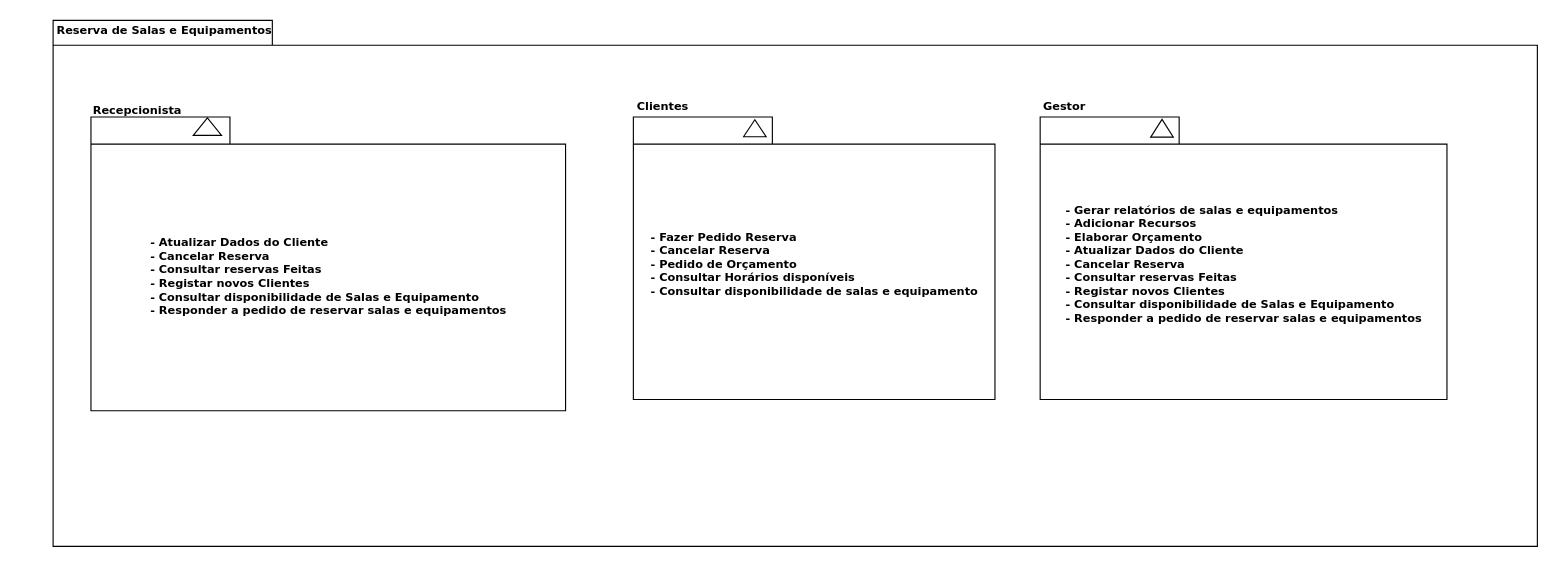
ic3K1ng/Rooms-Equipments keeps this draw.io diagram as page "Diagrama de Pacote" (1 of 2) of Diagrama de Pacote.drawio. Above is the earlier version. Source tidied: cells renumbered, new cells numbered last; positions are measured from the earlier drawing's top-left corner, leaving out a move shared by most shapes. Both pictures are drawn from the tidied source at 113%, with x=0, y=0 at pixel (19, 19).
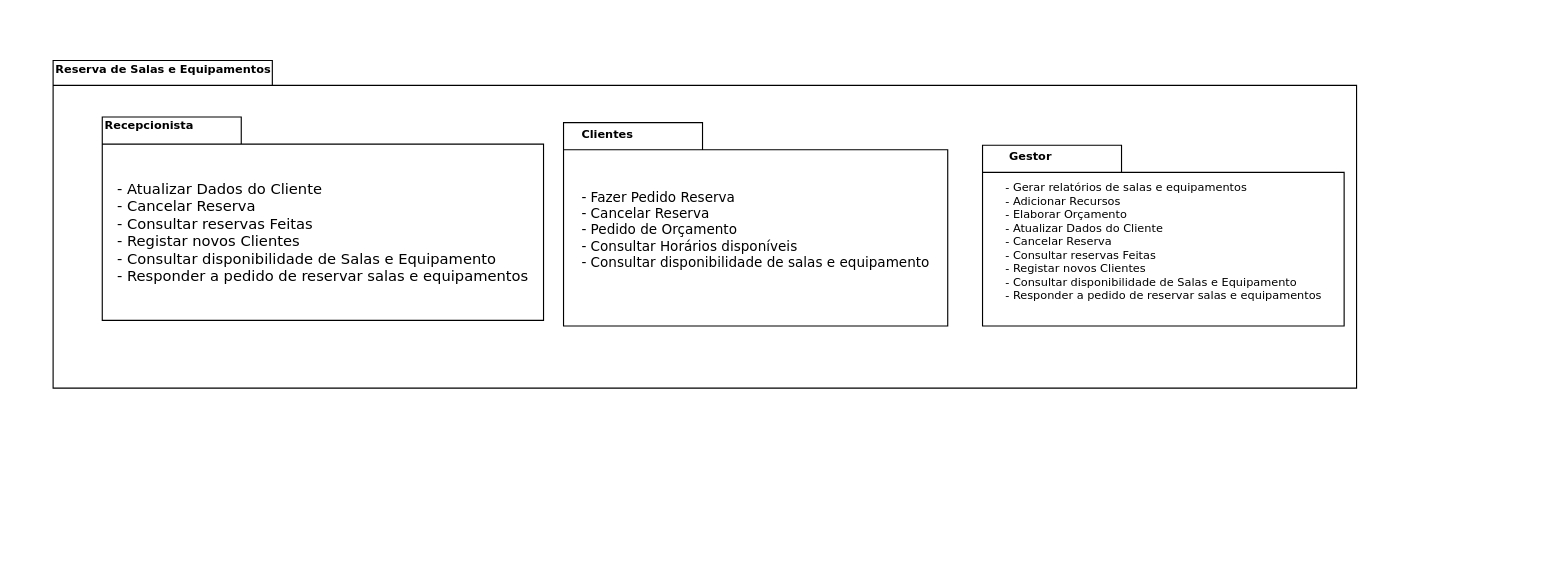
Above is the later version.

Commit message:
Update package diagram

What changed in the source:
```diff
@@
 <mxGraphModel>
   <root>
     <mxCell id="0" />
     <mxCell id="1" parent="0" />
     <mxCell id="2" style="shape=folder;fontStyle=1;spacingTop=10;tabWidth=194;tabHeight=22;tabPosition=left;html=1;rounded=0;shadow=0;comic=0;labelBackgroundColor=none;strokeWidth=1;fillColor=none;fontFamily=Verdana;fontSize=10;align=center;" parent="1" vertex="1">
-      <mxGeometry x="29.5" y="0.5" width="1313.5" height="465.5" as="geometry" />
+      <mxGeometry x="29.5" y="36" width="1153.5" height="290" as="geometry" />
     </mxCell>
-    <mxCell id="3" style="group;" parent="1" vertex="1">
-      <mxGeometry x="63" y="86" width="420" height="260" as="geometry" />
+    <mxCell id="3" style="group;fontSize=16;" parent="1" vertex="1">
+      <mxGeometry x="73" y="66" width="400" height="224.6" as="geometry" />
     </mxCell>
-    <mxCell id="4" value="&lt;div style=&quot;text-align: justify;&quot;&gt;&lt;br&gt;&lt;/div&gt;&lt;div style=&quot;text-align: justify;&quot;&gt;- Atualizar Dados do Cliente&lt;/div&gt;&lt;div&gt;&lt;div style=&quot;text-align: justify;&quot;&gt;- Cancelar Reserva&lt;/div&gt;&lt;div style=&quot;text-align: justify;&quot;&gt;- Consultar reservas Feitas&lt;/div&gt;&lt;div style=&quot;text-align: justify;&quot;&gt;- Registar novos Clientes&lt;/div&gt;&lt;div style=&quot;text-align: justify;&quot;&gt;- Consultar disponibilidade de Salas e Equipamento&lt;/div&gt;&lt;/div&gt;&lt;div style=&quot;text-align: justify;&quot;&gt;- Responder a pedido de reservar salas e equipamentos&lt;/div&gt;" style="shape=folder;fontStyle=1;spacingTop=10;tabWidth=123;tabHeight=24;tabPosition=left;html=1;rounded=0;shadow=0;comic=0;labelBackgroundColor=none;strokeWidth=1;fontFamily=Verdana;fontSize=10;align=center;" parent="3" vertex="1">
-      <mxGeometry width="420" height="260" as="geometry" />
+    <mxCell id="4" value="&lt;div style=&quot;text-align: justify;&quot;&gt;&lt;font style=&quot;font-weight: normal; font-size: 13px;&quot;&gt;&lt;br&gt;&lt;/font&gt;&lt;/div&gt;&lt;div style=&quot;text-align: justify;&quot;&gt;&lt;font style=&quot;font-weight: normal; font-size: 13px;&quot;&gt;- Atualizar Dados do Cliente&lt;/font&gt;&lt;/div&gt;&lt;div&gt;&lt;div style=&quot;text-align: justify;&quot;&gt;&lt;font style=&quot;font-weight: normal; font-size: 13px;&quot;&gt;- Cancelar Reserva&lt;/font&gt;&lt;/div&gt;&lt;div style=&quot;text-align: justify;&quot;&gt;&lt;font style=&quot;font-weight: normal; font-size: 13px;&quot;&gt;- Consultar reservas Feitas&lt;/font&gt;&lt;/div&gt;&lt;div style=&quot;text-align: justify;&quot;&gt;&lt;font style=&quot;font-weight: normal; font-size: 13px;&quot;&gt;- Registar novos Clientes&lt;/font&gt;&lt;/div&gt;&lt;div style=&quot;text-align: justify;&quot;&gt;&lt;font style=&quot;font-weight: normal; font-size: 13px;&quot;&gt;- Consultar disponibilidade de Salas e Equipamento&lt;/font&gt;&lt;/div&gt;&lt;/div&gt;&lt;div style=&quot;text-align: justify;&quot;&gt;&lt;font style=&quot;font-weight: normal; font-size: 13px;&quot;&gt;- Responder a pedido de reservar salas e equipamentos&lt;/font&gt;&lt;/div&gt;" style="shape=folder;fontStyle=1;spacingTop=10;tabWidth=123;tabHeight=24;tabPosition=left;html=1;rounded=0;shadow=0;comic=0;labelBackgroundColor=none;strokeWidth=1;fontFamily=Verdana;fontSize=10;align=center;" parent="3" vertex="1">
+      <mxGeometry y="20" width="390.5" height="180" as="geometry" />
     </mxCell>
-    <mxCell id="5" style="triangle;whiteSpace=wrap;html=1;rounded=0;shadow=0;comic=0;labelBackgroundColor=none;strokeWidth=1;fontFamily=Verdana;fontSize=10;align=center;rotation=-90;" parent="3" vertex="1">
-      <mxGeometry x="95.3" y="-4" width="15.5" height="25" as="geometry" />
-    </mxCell>
-    <mxCell id="6" style="group;" parent="1" vertex="1">
-      <mxGeometry x="583" y="166" width="280" height="170" as="geometry" />
-    </mxCell>
+    <mxCell id="11" value="&lt;span style=&quot;font-family: Verdana; font-size: 10px; font-weight: 700; text-wrap: nowrap;&quot;&gt;&amp;nbsp;Recepcionista&amp;nbsp; &amp;nbsp; &amp;nbsp; &amp;nbsp;&amp;nbsp;&lt;/span&gt;" style="text;html=1;align=center;verticalAlign=middle;whiteSpace=wrap;rounded=0;" parent="3" vertex="1">
+      <mxGeometry y="10" width="107.6" height="33.9" as="geometry" />
+    </mxCell>
+    <mxCell id="8" value="&lt;b&gt;Reserva de Salas e Equipamentos&lt;/b&gt;" style="text;html=1;align=left;verticalAlign=top;spacingTop=-4;fontSize=10;fontFamily=Verdana;" parent="1" vertex="1">
+      <mxGeometry x="29.5" y="36" width="130" height="20" as="geometry" />
+    </mxCell>
+    <mxCell id="12" value="&lt;div style=&quot;text-align: justify;&quot;&gt;&lt;div&gt;&lt;span style=&quot;background-color: transparent; color: light-dark(rgb(0, 0, 0), rgb(255, 255, 255));&quot;&gt;- Gerar relatórios de salas e equipamentos&lt;/span&gt;&lt;/div&gt;&lt;div&gt;- Adicionar Recursos&lt;/div&gt;&lt;div&gt;- Elaborar Orçamento&lt;/div&gt;&lt;div&gt;- Atualizar Dados do Cliente&lt;/div&gt;&lt;div style=&quot;text-align: center;&quot;&gt;&lt;div style=&quot;text-align: justify;&quot;&gt;- Cancelar Reserva&lt;/div&gt;&lt;div style=&quot;text-align: justify;&quot;&gt;- Consultar reservas Feitas&lt;/div&gt;&lt;div style=&quot;text-align: justify;&quot;&gt;- Registar novos Clientes&lt;/div&gt;&lt;div style=&quot;text-align: justify;&quot;&gt;- Consultar disponibilidade de Salas e Equipamento&lt;/div&gt;&lt;/div&gt;&lt;div&gt;- Responder a pedido de reservar salas e equipamentos&lt;/div&gt;&lt;/div&gt;" style="shape=folder;fontStyle=0;spacingTop=10;tabWidth=123;tabHeight=24;tabPosition=left;html=1;rounded=0;shadow=0;comic=0;labelBackgroundColor=none;strokeWidth=1;fontFamily=Verdana;fontSize=10;align=center;" parent="1" vertex="1">
+      <mxGeometry x="852" y="111" width="320" height="160" as="geometry" />
+    </mxCell>
-    <mxCell id="7" value="&lt;div style=&quot;text-align: justify;&quot;&gt;&lt;span style=&quot;background-color: transparent; color: light-dark(rgb(0, 0, 0), rgb(255, 255, 255));&quot;&gt;- Fazer Pedido Reserva&lt;/span&gt;&lt;/div&gt;&lt;div style=&quot;text-align: justify;&quot;&gt;&lt;span style=&quot;background-color: transparent; color: light-dark(rgb(0, 0, 0), rgb(255, 255, 255));&quot;&gt;- Cancelar Reserva&lt;/span&gt;&lt;/div&gt;&lt;div style=&quot;text-align: justify;&quot;&gt;- Pedido de Orçamento&lt;/div&gt;&lt;div style=&quot;text-align: justify;&quot;&gt;- Consultar Horários disponíveis&lt;/div&gt;&lt;div style=&quot;text-align: justify;&quot;&gt;- Consultar disponibilidade de salas e equipamento&lt;/div&gt;" style="shape=folder;fontStyle=1;spacingTop=10;tabWidth=123;tabHeight=24;tabPosition=left;html=1;rounded=0;shadow=0;comic=0;labelBackgroundColor=none;strokeWidth=1;fontFamily=Verdana;fontSize=10;align=center;" parent="6" vertex="1">
-      <mxGeometry x="-40" y="-80" width="320" height="250" as="geometry" />
+    <mxCell id="7" value="&lt;div style=&quot;text-align: justify;&quot;&gt;&lt;span style=&quot;background-color: transparent; color: light-dark(rgb(0, 0, 0), rgb(255, 255, 255));&quot;&gt;&lt;font style=&quot;font-size: 12px;&quot;&gt;- Fazer Pedido Reserva&lt;/font&gt;&lt;/span&gt;&lt;/div&gt;&lt;div style=&quot;text-align: justify;&quot;&gt;&lt;span style=&quot;background-color: transparent; color: light-dark(rgb(0, 0, 0), rgb(255, 255, 255));&quot;&gt;&lt;font style=&quot;font-size: 12px;&quot;&gt;- Cancelar Reserva&lt;/font&gt;&lt;/span&gt;&lt;/div&gt;&lt;div style=&quot;text-align: justify;&quot;&gt;&lt;font style=&quot;font-size: 12px;&quot;&gt;- Pedido de Orçamento&lt;/font&gt;&lt;/div&gt;&lt;div style=&quot;text-align: justify;&quot;&gt;&lt;font style=&quot;font-size: 12px;&quot;&gt;- Consultar Horários disponíveis&lt;/font&gt;&lt;/div&gt;&lt;div style=&quot;text-align: justify;&quot;&gt;&lt;font style=&quot;font-size: 12px;&quot;&gt;- Consultar disponibilidade de salas e equipamento&lt;/font&gt;&lt;/div&gt;" style="shape=folder;fontStyle=0;spacingTop=10;tabWidth=123;tabHeight=24;tabPosition=left;html=1;rounded=0;shadow=0;comic=0;labelBackgroundColor=none;strokeWidth=1;fontFamily=Verdana;fontSize=10;align=center;" parent="1" vertex="1">
+      <mxGeometry x="481.2" y="91" width="340" height="180" as="geometry" />
     </mxCell>
-    <mxCell id="8" value="&lt;b&gt;Reserva de Salas e Equipamentos&lt;/b&gt;" style="text;html=1;align=left;verticalAlign=top;spacingTop=-4;fontSize=10;fontFamily=Verdana;" parent="1" vertex="1">
-      <mxGeometry x="30.5" y="0.5" width="130" height="20" as="geometry" />
-    </mxCell>
     <mxCell id="9" value="&lt;span style=&quot;font-family: Verdana; font-size: 10px; font-weight: 700; text-wrap: nowrap; background-color: transparent; color: light-dark(rgb(0, 0, 0), rgb(255, 255, 255));&quot;&gt;Clientes&amp;nbsp; &amp;nbsp; &amp;nbsp; &amp;nbsp; &amp;nbsp;&lt;/span&gt;" style="text;html=1;align=center;verticalAlign=middle;whiteSpace=wrap;rounded=0;" parent="1" vertex="1">
-      <mxGeometry x="530" y="60.6" width="110" height="30" as="geometry" />
+      <mxGeometry x="481.2" y="86" width="110" height="30" as="geometry" />
     </mxCell>
     <mxCell id="10" value="&lt;span style=&quot;font-family: Verdana; font-size: 10px; font-weight: 700; text-wrap: nowrap;&quot;&gt;&amp;nbsp;Gestor&lt;/span&gt;" style="text;html=1;align=center;verticalAlign=middle;whiteSpace=wrap;rounded=0;" parent="1" vertex="1">
-      <mxGeometry x="873" y="56" width="100" height="39.2" as="geometry" />
+      <mxGeometry x="843" y="101.8" width="100" height="39.2" as="geometry" />
     </mxCell>
-    <mxCell id="11" value="&lt;span style=&quot;font-family: Verdana; font-size: 10px; font-weight: 700; text-wrap: nowrap;&quot;&gt;&amp;nbsp;Recepcionista&amp;nbsp; &amp;nbsp; &amp;nbsp; &amp;nbsp;&amp;nbsp;&lt;/span&gt;" style="text;html=1;align=center;verticalAlign=middle;whiteSpace=wrap;rounded=0;" parent="1" vertex="1">
-      <mxGeometry y="60.6" width="232.7" height="39.2" as="geometry" />
-    </mxCell>
-    <mxCell id="12" value="&lt;div style=&quot;text-align: justify;&quot;&gt;&lt;div&gt;&lt;span style=&quot;background-color: transparent; color: light-dark(rgb(0, 0, 0), rgb(255, 255, 255));&quot;&gt;- Gerar relatórios de salas e equipamentos&lt;/span&gt;&lt;/div&gt;&lt;div&gt;- Adicionar Recursos&lt;/div&gt;&lt;div&gt;- Elaborar Orçamento&lt;/div&gt;&lt;div&gt;- Atualizar Dados do Cliente&lt;/div&gt;&lt;div style=&quot;text-align: center;&quot;&gt;&lt;div style=&quot;text-align: justify;&quot;&gt;- Cancelar Reserva&lt;/div&gt;&lt;div style=&quot;text-align: justify;&quot;&gt;- Consultar reservas Feitas&lt;/div&gt;&lt;div style=&quot;text-align: justify;&quot;&gt;- Registar novos Clientes&lt;/div&gt;&lt;div style=&quot;text-align: justify;&quot;&gt;- Consultar disponibilidade de Salas e Equipamento&lt;/div&gt;&lt;/div&gt;&lt;div&gt;- Responder a pedido de reservar salas e equipamentos&lt;/div&gt;&lt;/div&gt;" style="shape=folder;fontStyle=1;spacingTop=10;tabWidth=123;tabHeight=24;tabPosition=left;html=1;rounded=0;shadow=0;comic=0;labelBackgroundColor=none;strokeWidth=1;fontFamily=Verdana;fontSize=10;align=center;" parent="1" vertex="1">
-      <mxGeometry x="903" y="86" width="360" height="250" as="geometry" />
-    </mxCell>
-    <mxCell id="13" style="triangle;whiteSpace=wrap;html=1;rounded=0;shadow=0;comic=0;labelBackgroundColor=none;strokeWidth=1;fontFamily=Verdana;fontSize=10;align=center;rotation=-90;" parent="1" vertex="1">
-      <mxGeometry x="1003" y="86" width="15.7" height="20" as="geometry" />
-    </mxCell>
-    <mxCell id="14" style="triangle;whiteSpace=wrap;html=1;rounded=0;shadow=0;comic=0;labelBackgroundColor=none;strokeWidth=1;fontFamily=Verdana;fontSize=10;align=center;rotation=-90;" parent="1" vertex="1">
-      <mxGeometry x="643" y="86" width="15" height="20" as="geometry" />
-    </mxCell>
   </root>
 </mxGraphModel>
```
